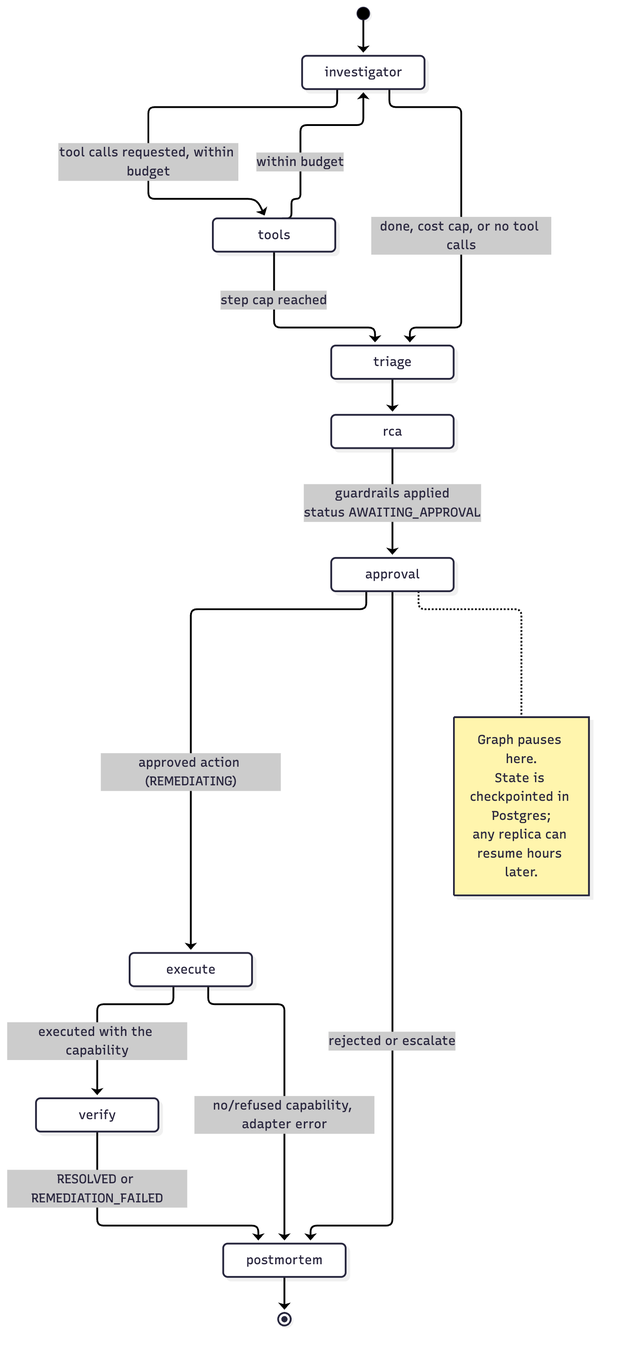
Earlier version of the Mermaid export docs/handbook/images/04-state-machine.png (abdulmdev/sentinel-incident-copilot). Its source is kept beside it as docs/handbook/diagrams/04-state-machine.mmd.
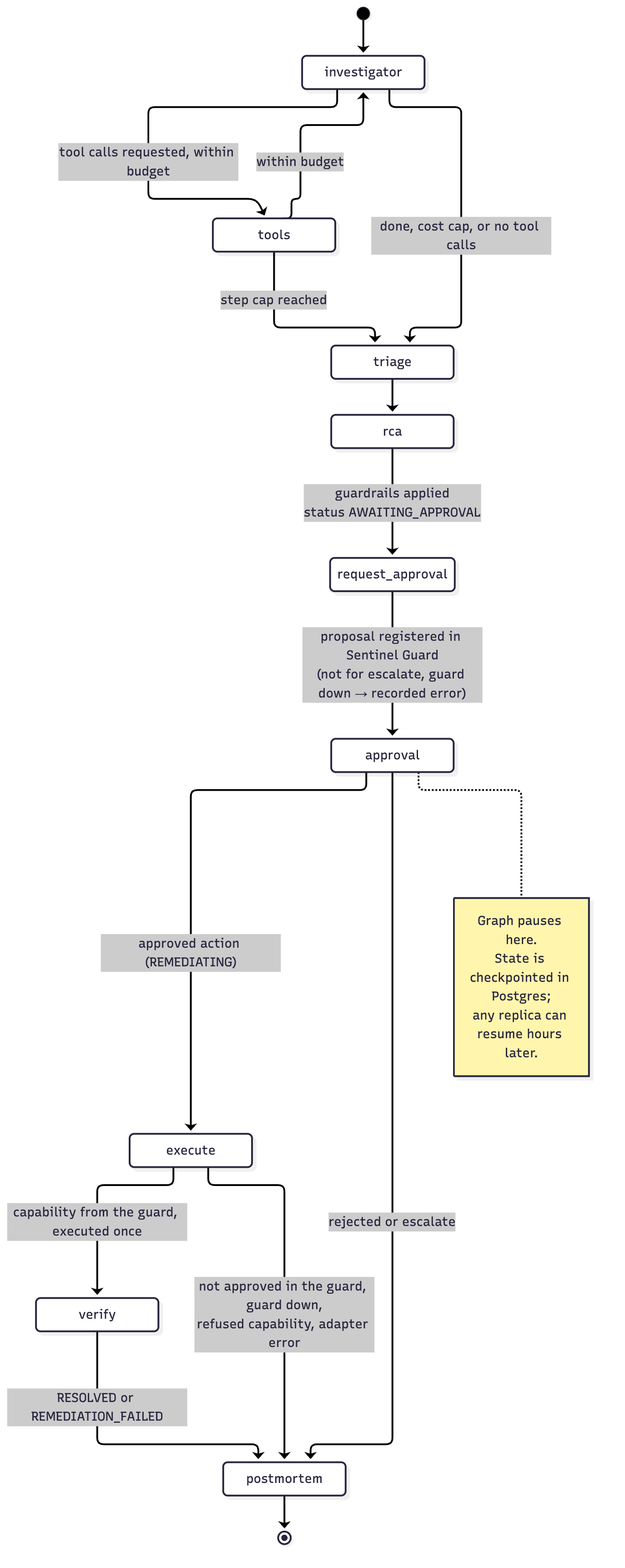
Later version of the same file.

What changed in the source:
```diff
@@ -5,11 +5,12 @@
   tools --> investigator: within budget
   tools --> triage: step cap reached
   triage --> rca
-  rca --> approval: guardrails applied<br/>status AWAITING_APPROVAL
+  rca --> request_approval: guardrails applied<br/>status AWAITING_APPROVAL
+  request_approval --> approval: proposal registered in Sentinel Guard<br/>(not for escalate, guard down → recorded error)
   approval --> execute: approved action (REMEDIATING)
   approval --> postmortem: rejected or escalate
-  execute --> verify: executed with the capability
-  execute --> postmortem: no/refused capability, adapter error
+  execute --> verify: capability from the guard, executed once
+  execute --> postmortem: not approved in the guard, guard down,<br/>refused capability, adapter error
   verify --> postmortem: RESOLVED or REMEDIATION_FAILED
   postmortem --> [*]
   note right of approval
```
